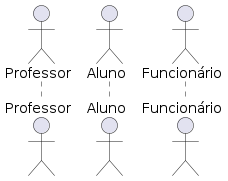
Before: universidade.png, a diagram exported from PlantUML (uguilherme/EngenhariaI2023).
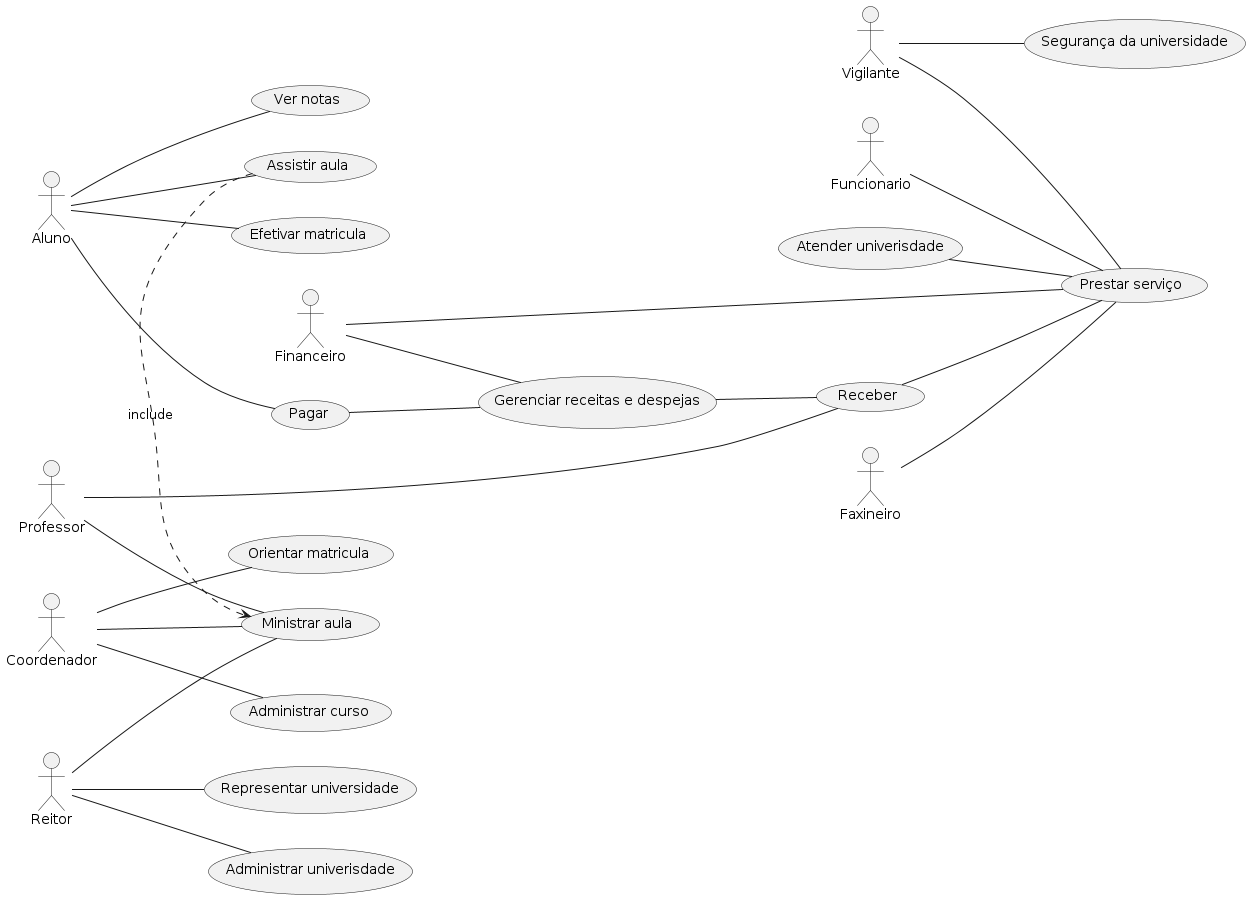
Above is the later version.

Change to the diagram source:
```diff
@@ -1,7 +1,56 @@
 @startuml
 
-actor Professor
-actor Aluno
-actor Funcionário
+left to right direction
+
+    actor Professor as pf
+    actor Coordenador as co
+    actor Reitor as re
+    actor Aluno as al
+
+    actor Financeiro as fi
+    actor Vigilante as vi
+    actor Faxineiro as fa
+    actor Funcionario as fc
+
+
+   usecase "Prestar serviço" as UC1
+   usecase "Atender univerisdade" as UC2
+   usecase "Pagar" as pg
+   usecase "Receber" as rb
+   usecase "Ministrar aula" as ma
+   usecase "Orientar matricula " as om
+   usecase "Assistir aula" as aa
+   usecase "Administrar curso" as ac
+   usecase "Efetivar matricula" as em
+   usecase "Gerenciar receitas e despejas" as gr
+   usecase "Segurança da universidade" as sa
+   usecase "Administrar univerisdade" as au
+   usecase "Representar universidade" as ru
+   usecase "Ver notas" as vn
+   (aa) .> (ma) : include
+
+   fc -- UC1
+   pf -- rb
+   fa -- UC1
+   co -- ma
+   re -- au
+   al -- vn
+   re -- ru
+   re -- ma
+   vi -- sa
+   vi -- UC1
+   fi -- UC1
+   co -- om
+   co -- ac
+   rb -- UC1
+   al -- em
+
+   UC2 -- UC1
+   al -- aa
+   pf -- ma
+   fi -- gr
+   al -- pg
+   pg -- gr
+   gr -- rb
 
 @enduml
```
